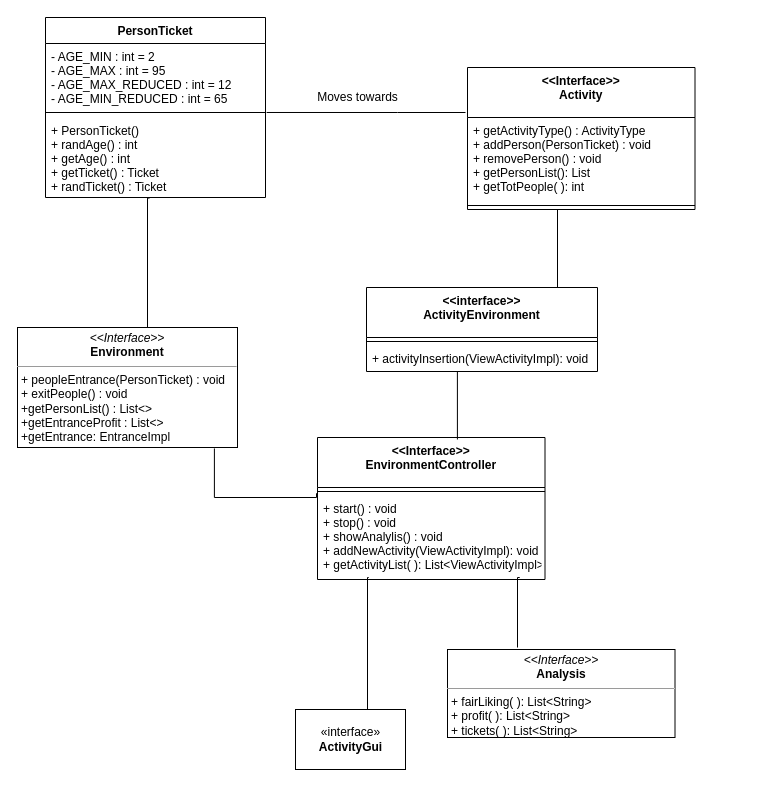
Before: page "Page-8" (8 of 16) of Untitled Diagram.drawio in metaphori/students-oop20-liveLand, a draw.io diagram. Source tidied: cells renumbered, new cells numbered last; positions are measured from the earlier drawing's top-left corner, leaving out a move shared by most shapes. Both pictures are drawn from the tidied source at 100%, with x=0, y=0 at pixel (17, 17).
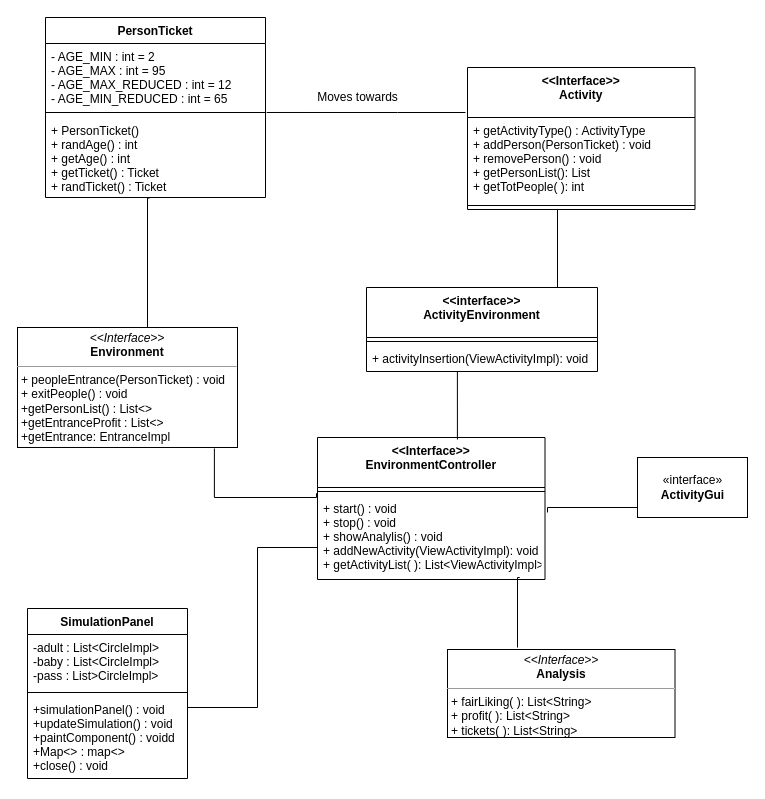
After the change.

The change refers to these unchanged cells:
```xml
<mxCell id="7" value="+ start() : void&#10;+ stop() : void&#10;+ showAnalylis() : void&#10;+ addNewActivity(ViewActivityImpl): void&#10;+ getActivityList( ): List&lt;ViewActivityImpl&gt;" style="text;strokeColor=none;fillColor=none;align=left;verticalAlign=top;spacingLeft=4;spacingRight=4;overflow=hidden;points=[[0,0.5],[1,0.5]];portConstraint=eastwest;fontSize=12;" parent="5" vertex="1">
  <mxGeometry y="58" width="227.5" height="84" as="geometry" />
</mxCell>
```

Diff of the diagram source:
```diff
@@
     <mxCell id="16" value="«interface»&lt;br style=&quot;font-size: 12px;&quot;&gt;&lt;b style=&quot;font-size: 12px;&quot;&gt;ActivityGui&lt;/b&gt;" style="html=1;fontSize=12;" parent="1" vertex="1">
-      <mxGeometry x="278" y="692" width="110" height="60" as="geometry" />
+      <mxGeometry x="620" y="440" width="110" height="60" as="geometry" />
     </mxCell>
@@
-    <mxCell id="23" style="endArrow=none;html=1;edgeStyle=orthogonalEdgeStyle;rounded=0;exitX=0.473;exitY=1.007;exitDx=0;exitDy=0;exitPerimeter=0;entryX=1;entryY=0;entryDx=0;entryDy=0;" parent="1" edge="1" target="16">
+    <mxCell id="23" style="endArrow=none;html=1;edgeStyle=orthogonalEdgeStyle;rounded=0;exitX=1.011;exitY=0.202;exitDx=0;exitDy=0;exitPerimeter=0;" parent="1" edge="1" source="7" target="16">
       <mxGeometry relative="1" as="geometry">
-        <mxPoint x="351.2" y="560" as="sourcePoint" />
         <Array as="points">
-          <mxPoint x="350" y="560" />
+          <mxPoint x="530" y="490" />
         </Array>
       </mxGeometry>
     </mxCell>
@@
+    <mxCell id="26" value="SimulationPanel" style="swimlane;fontStyle=1;align=center;verticalAlign=top;horizontal=1;startSize=26;" parent="1" vertex="1">
+      <mxGeometry x="10" y="591" width="160" height="170" as="geometry" />
+    </mxCell>
+    <mxCell id="27" value="-adult : List&lt;CircleImpl&gt;&#10;-baby : List&lt;CircleImpl&gt;&#10;-pass : List&gt;CircleImpl&gt;" style="text;strokeColor=none;fillColor=none;align=left;verticalAlign=top;spacingLeft=4;spacingRight=4;overflow=hidden;points=[[0,0.5],[1,0.5]];portConstraint=eastwest;" parent="26" vertex="1">
+      <mxGeometry y="26" width="160" height="54" as="geometry" />
+    </mxCell>
+    <mxCell id="28" style="line;strokeWidth=1;fillColor=none;align=left;verticalAlign=middle;spacingTop=-1;spacingLeft=3;spacingRight=3;labelPosition=right;" parent="26" vertex="1">
+      <mxGeometry y="80" width="160" height="8" as="geometry" />
+    </mxCell>
+    <mxCell id="29" value="+simulationPanel() : void&#10;+updateSimulation() : void&#10;+paintComponent() : voidd&#10;+Map&lt;&gt; : map&lt;&gt;&#10;+close() : void" style="text;strokeColor=none;fillColor=none;align=left;verticalAlign=top;spacingLeft=4;spacingRight=4;overflow=hidden;" parent="26" vertex="1">
+      <mxGeometry y="88" width="160" height="82" as="geometry" />
+    </mxCell>
+    <mxCell id="30" style="endArrow=none;html=1;edgeStyle=orthogonalEdgeStyle;rounded=0;entryX=1;entryY=0.5;entryDx=0;entryDy=0;" parent="1" edge="1" target="27">
+      <mxGeometry relative="1" as="geometry">
+        <mxPoint x="300" y="530" as="sourcePoint" />
+        <Array as="points">
+          <mxPoint x="240" y="530" />
+          <mxPoint x="240" y="690" />
+          <mxPoint x="170" y="690" />
+        </Array>
+      </mxGeometry>
+    </mxCell>
```
